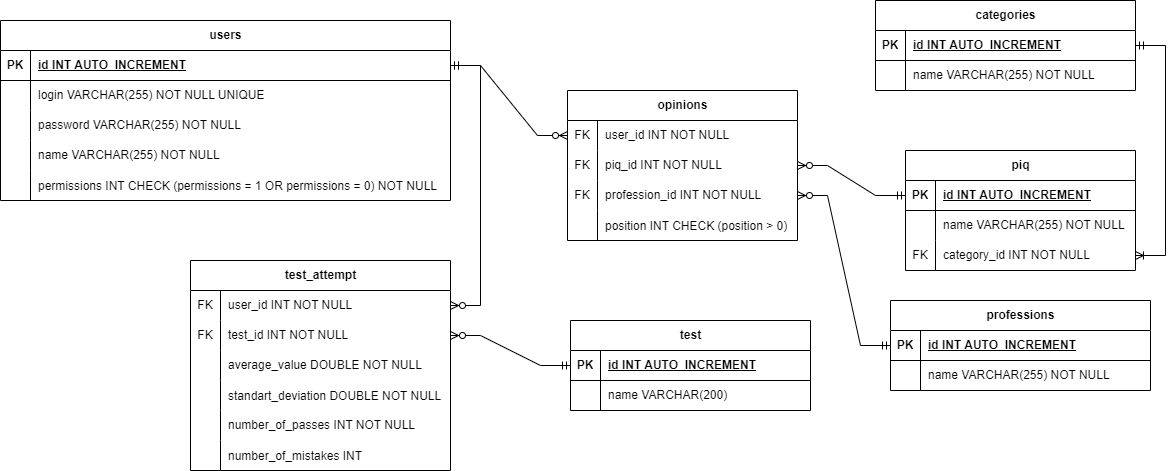
This is labaOPDOPDOPD/db_things/opdopdopd.png from naku0/OPDOPDOPD, a draw.io export, as it was before one commit. Source tidied: cells renumbered, new cells last; positions are measured from the earlier drawing's top-left corner, leaving out a move shared by most shapes.
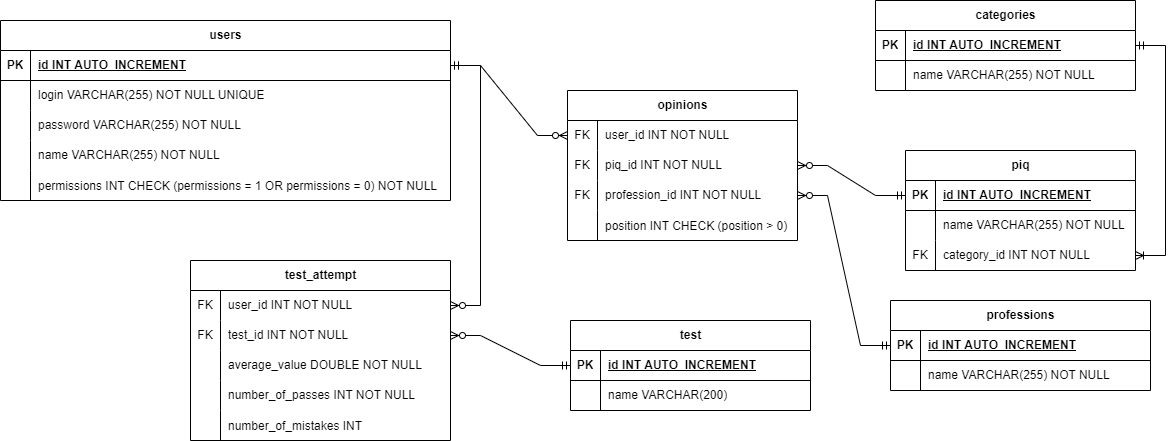
Above is the later version.

What changed in the source:
```diff
@@ -195,7 +195,7 @@
       <mxGeometry x="30" width="210" height="30" as="geometry" />
     </mxCell>
     <mxCell id="66" value="test_attempt" style="shape=table;startSize=30;rowLines=0;fontStyle=1;align=center;html=1;" parent="1" vertex="1">
-      <mxGeometry x="190" y="260" width="260" height="210" as="geometry" />
+      <mxGeometry x="190" y="260" width="260" height="180" as="geometry" />
     </mxCell>
     <mxCell id="67" style="shape=tableRow;horizontal=0;startSize=0;swimlaneHead=0;swimlaneBody=0;fillColor=none;points=[[0,0.5],[1,0.5]];portConstraint=eastwest;top=0;left=0;right=0;bottom=0;" parent="66" vertex="1">
       <mxGeometry y="30" width="260" height="30" as="geometry" />
@@ -224,17 +224,8 @@
     <mxCell id="75" value="average_value DOUBLE NOT NULL" style="shape=partialRectangle;fillColor=none;top=0;left=0;bottom=0;right=0;align=left;spacingLeft=6;overflow=hidden;whiteSpace=wrap;html=1;" parent="73" vertex="1">
       <mxGeometry x="30" width="230" height="30" as="geometry" />
     </mxCell>
-    <mxCell id="76" style="shape=tableRow;horizontal=0;startSize=0;swimlaneHead=0;swimlaneBody=0;fillColor=none;top=0;left=0;right=0;bottom=0;" parent="66" vertex="1">
-      <mxGeometry y="120" width="260" height="30" as="geometry" />
-    </mxCell>
-    <mxCell id="77" style="shape=partialRectangle;fillColor=none;top=0;left=0;bottom=0;right=0;overflow=hidden;" parent="76" vertex="1">
-      <mxGeometry width="30" height="30" as="geometry" />
-    </mxCell>
-    <mxCell id="78" value="standart_deviation DOUBLE NOT NULL" style="shape=partialRectangle;fillColor=none;top=0;left=0;bottom=0;right=0;align=left;spacingLeft=6;overflow=hidden;" parent="76" vertex="1">
-      <mxGeometry x="30" width="230" height="30" as="geometry" />
-    </mxCell>
     <mxCell id="79" style="shape=tableRow;horizontal=0;startSize=0;swimlaneHead=0;swimlaneBody=0;fillColor=none;top=0;left=0;right=0;bottom=0;" parent="66" vertex="1">
-      <mxGeometry y="150" width="260" height="30" as="geometry" />
+      <mxGeometry y="120" width="260" height="30" as="geometry" />
     </mxCell>
     <mxCell id="80" style="shape=partialRectangle;fillColor=none;top=0;left=0;bottom=0;right=0;fontStyle=0;overflow=hidden;whiteSpace=wrap;html=1;" parent="79" vertex="1">
       <mxGeometry width="30" height="30" as="geometry" />
@@ -243,7 +234,7 @@
       <mxGeometry x="30" width="230" height="30" as="geometry" />
     </mxCell>
     <mxCell id="82" style="shape=tableRow;horizontal=0;startSize=0;swimlaneHead=0;swimlaneBody=0;fillColor=none;top=0;left=0;right=0;bottom=0;" parent="66" vertex="1">
-      <mxGeometry y="180" width="260" height="30" as="geometry" />
+      <mxGeometry y="150" width="260" height="30" as="geometry" />
     </mxCell>
     <mxCell id="83" style="shape=partialRectangle;fillColor=none;top=0;left=0;bottom=0;right=0;overflow=hidden;" parent="82" vertex="1">
       <mxGeometry width="30" height="30" as="geometry" />
```
